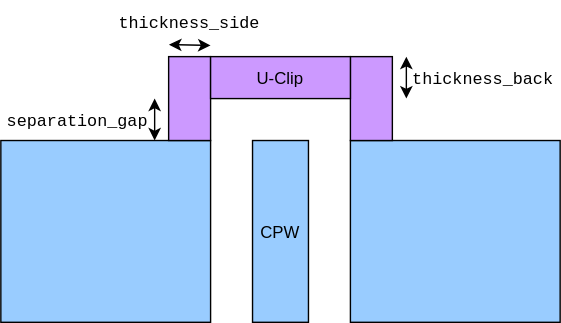
The draw.io diagram doc-sphinx/source/_static/palace_sim_Uclip_dims.drawio.svg in sqdlab/SQDMetal, before a commit. Source tidied: cells renumbered, new cells last; positions are measured from the earlier drawing's top-left corner, leaving out a move shared by most shapes. Source of this version:
```xml
<mxGraphModel>
  <root>
    <mxCell id="0" />
    <mxCell id="1" parent="0" />
    <mxCell id="2" style="rounded=0;fillColor=#99CCFF;" parent="1" vertex="1">
      <mxGeometry x="180" y="100" width="40" height="130" as="geometry" />
    </mxCell>
    <mxCell id="3" style="rounded=0;fillColor=#99CCFF;" parent="1" vertex="1">
      <mxGeometry y="100" width="150" height="130" as="geometry" />
    </mxCell>
    <mxCell id="4" style="rounded=0;fillColor=#99CCFF;" parent="1" vertex="1">
      <mxGeometry x="250" y="100" width="150" height="130" as="geometry" />
    </mxCell>
    <mxCell id="5" style="rounded=0;fillColor=#CC99FF;" parent="1" vertex="1">
      <mxGeometry x="250" y="40" width="30" height="60" as="geometry" />
    </mxCell>
    <mxCell id="6" style="rounded=0;fillColor=#CC99FF;" parent="1" vertex="1">
      <mxGeometry x="120" y="40" width="30" height="60" as="geometry" />
    </mxCell>
    <mxCell id="7" style="rounded=0;fillColor=#CC99FF;" parent="1" vertex="1">
      <mxGeometry x="150" y="40" width="100" height="30" as="geometry" />
    </mxCell>
    <mxCell id="8" style="endArrow=classic;startArrow=classic;exitX=0.008;exitY=0.157;exitDx=0;exitDy=0;exitPerimeter=0;entryX=0;entryY=0.5;entryDx=0;entryDy=0;" parent="1" edge="1">
      <mxGeometry relative="1" as="geometry">
        <mxPoint x="120.2" y="31.4" as="sourcePoint" />
        <mxPoint x="150" y="32" as="targetPoint" />
      </mxGeometry>
    </mxCell>
    <mxCell id="9" style="endArrow=classic;startArrow=classic;" parent="1" edge="1">
      <mxGeometry relative="1" as="geometry">
        <mxPoint x="290" y="40" as="sourcePoint" />
        <mxPoint x="290" y="70" as="targetPoint" />
      </mxGeometry>
    </mxCell>
    <mxCell id="10" style="endArrow=classic;startArrow=classic;" parent="1" edge="1">
      <mxGeometry relative="1" as="geometry">
        <mxPoint x="110" y="70" as="sourcePoint" />
        <mxPoint x="110" y="100" as="targetPoint" />
      </mxGeometry>
    </mxCell>
    <mxCell id="11" value="separation_gap" style="text;strokeColor=none;fillColor=none;align=center;verticalAlign=middle;rounded=0;fontFamily=Courier New;" parent="1" vertex="1">
      <mxGeometry y="70" width="110" height="30" as="geometry" />
    </mxCell>
    <mxCell id="12" value="thickness_side" style="text;strokeColor=none;fillColor=none;align=center;verticalAlign=middle;rounded=0;fontFamily=Courier New;" parent="1" vertex="1">
      <mxGeometry x="80" width="110" height="30" as="geometry" />
    </mxCell>
    <mxCell id="13" value="thickness_back" style="text;strokeColor=none;fillColor=none;align=center;verticalAlign=middle;rounded=0;fontFamily=Courier New;" parent="1" vertex="1">
      <mxGeometry x="290" y="40" width="110" height="30" as="geometry" />
    </mxCell>
    <mxCell id="14" value="CPW" style="text;strokeColor=none;fillColor=none;align=center;verticalAlign=middle;rounded=0;fontFamily=Helvetica;" parent="1" vertex="1">
      <mxGeometry x="170" y="150" width="60" height="30" as="geometry" />
    </mxCell>
    <mxCell id="15" value="U-Clip" style="text;strokeColor=none;fillColor=none;align=center;verticalAlign=middle;rounded=0;fontFamily=Helvetica;" parent="1" vertex="1">
      <mxGeometry x="170" y="40" width="60" height="30" as="geometry" />
    </mxCell>
  </root>
</mxGraphModel>
```
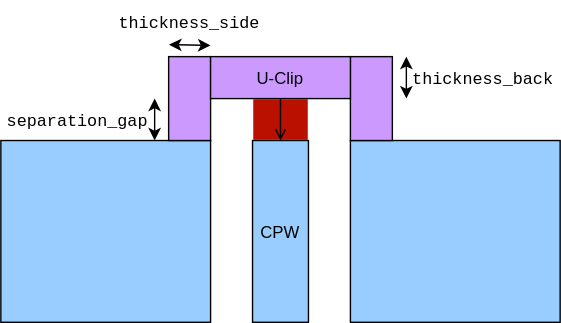
Above is the later version.

Diff of the diagram source:
```diff
@@ -2,6 +2,9 @@
   <root>
     <mxCell id="0" />
     <mxCell id="1" parent="0" />
+    <mxCell id="16" style="rounded=0;whiteSpace=wrap;html=1;fillColor=#BA1000;fontColor=#ffffff;strokeColor=#FFFFFF;" parent="1" vertex="1">
+      <mxGeometry x="180" y="70" width="40" height="30" as="geometry" />
+    </mxCell>
     <mxCell id="2" style="rounded=0;fillColor=#99CCFF;" parent="1" vertex="1">
       <mxGeometry x="180" y="100" width="40" height="130" as="geometry" />
     </mxCell>
@@ -53,5 +56,10 @@
     <mxCell id="15" value="U-Clip" style="text;strokeColor=none;fillColor=none;align=center;verticalAlign=middle;rounded=0;fontFamily=Helvetica;" parent="1" vertex="1">
       <mxGeometry x="170" y="40" width="60" height="30" as="geometry" />
     </mxCell>
+    <mxCell id="17" style="endArrow=open;html=1;exitX=0.5;exitY=0;exitDx=0;exitDy=0;endFill=0;" parent="1" edge="1" source="16">
+      <mxGeometry relative="1" as="geometry">
+        <mxPoint x="200" y="100" as="targetPoint" />
+      </mxGeometry>
+    </mxCell>
   </root>
 </mxGraphModel>
```
